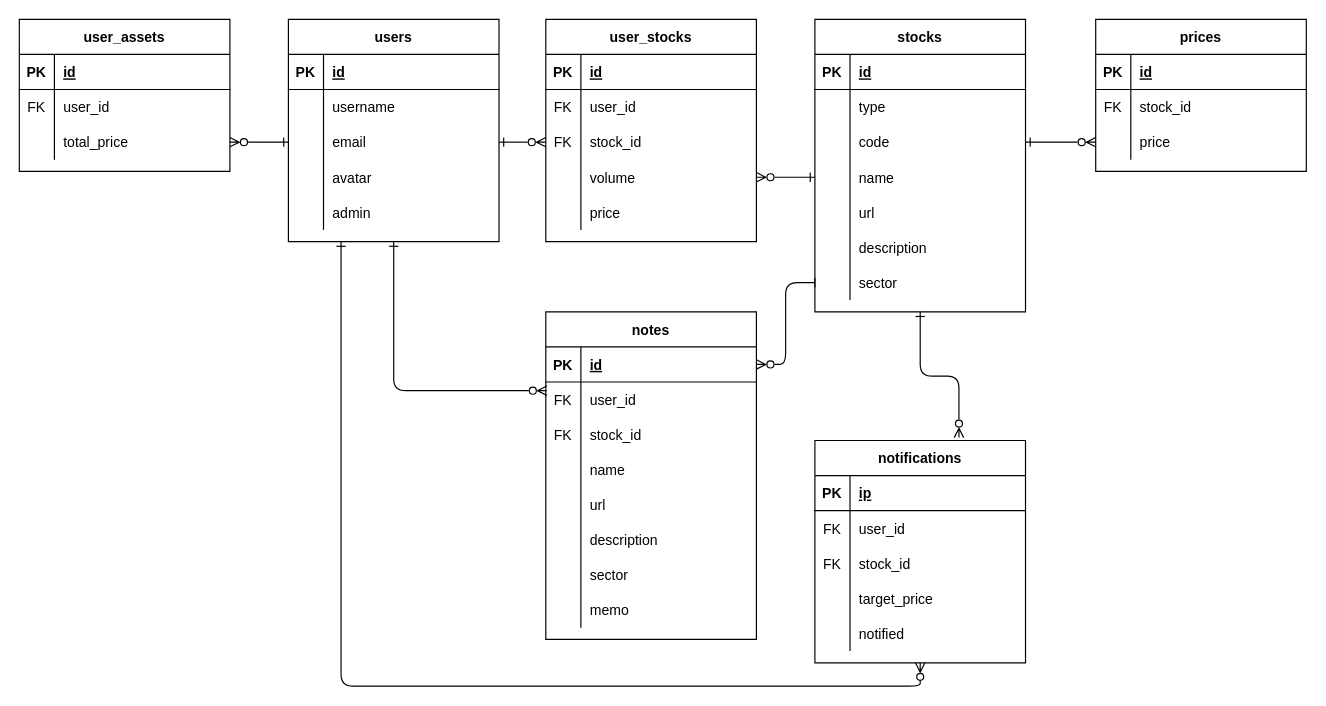
Earlier version of the draw.io diagram ポートフォリオ案/104note.drawio (miya-ichi/TIL). Source tidied: cells renumbered, new cells numbered last; positions are measured from the earlier drawing's top-left corner, leaving out a move shared by most shapes. Both pictures are drawn from the tidied source at 117%, with x=0, y=0 at pixel (19, 19).
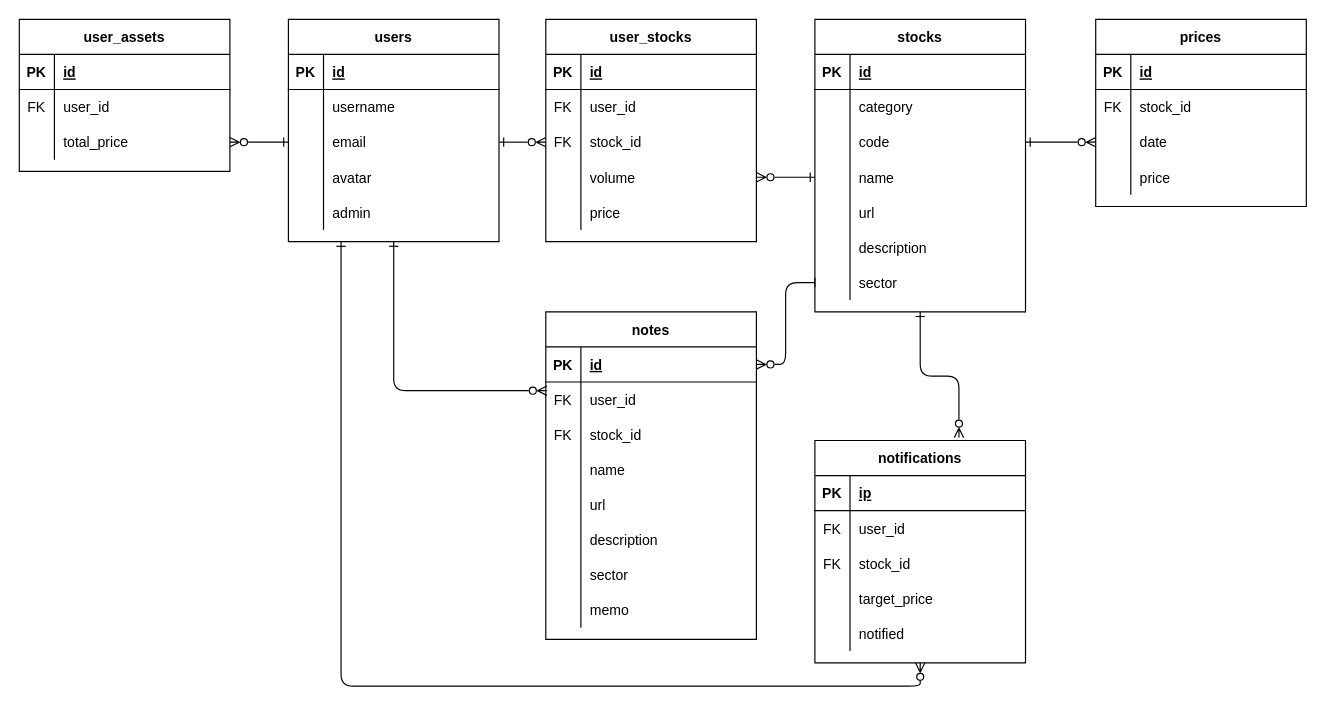
Above is the later version.

Commit message (it also covers changes not shown here):
DB設計修正(日付用のカラムを設けた/typeカラムをcategoryに変更)

The change refers to these unchanged cells:
```xml
<mxCell id="25" style="shape=partialRectangle;fillColor=none;top=0;left=0;bottom=0;right=0;fontSize=12;" parent="21" vertex="1">
  <mxGeometry y="60" width="180" height="30" as="geometry" />
</mxCell>
<mxCell id="121" style="shape=partialRectangle;fillColor=none;top=0;left=0;bottom=0;right=0;points=[[0,0.5],[1,0.5]];portConstraint=eastwest;fontSize=12;" parent="114" vertex="1">
  <mxGeometry y="90" width="180" height="30" as="geometry" />
</mxCell>
```

Change to the diagram source:
```diff
@@
-    <mxCell id="27" value="type" style="shape=partialRectangle;fillColor=none;top=0;left=0;bottom=0;right=0;align=left;spacingLeft=6;overflow=hidden;fontSize=12;" parent="25" vertex="1">
+    <mxCell id="27" value="category" style="shape=partialRectangle;fillColor=none;top=0;left=0;bottom=0;right=0;align=left;spacingLeft=6;overflow=hidden;fontSize=12;" parent="25" vertex="1">
       <mxGeometry x="30" width="150" height="30" as="geometry" />
     </mxCell>
@@
     <mxCell id="114" value="prices" style="shape=table;startSize=30;childLayout=tableLayout;rowLines=0;fontStyle=1;align=center;fontSize=12;" parent="1" vertex="1">
-      <mxGeometry x="920" width="180" height="130" as="geometry" />
+      <mxGeometry x="920" width="180" height="160" as="geometry" />
     </mxCell>
@@
-    <mxCell id="123" value="price" style="shape=partialRectangle;fillColor=none;top=0;left=0;bottom=0;right=0;align=left;spacingLeft=6;overflow=hidden;fontSize=12;" parent="121" vertex="1">
+    <mxCell id="123" value="date" style="shape=partialRectangle;fillColor=none;top=0;left=0;bottom=0;right=0;align=left;spacingLeft=6;overflow=hidden;fontSize=12;" parent="121" vertex="1">
       <mxGeometry x="30" width="150" height="30" as="geometry" />
     </mxCell>
+    <mxCell id="125" style="shape=partialRectangle;fillColor=none;top=0;left=0;bottom=0;right=0;fontSize=12;" parent="114" vertex="1">
+      <mxGeometry y="120" width="180" height="30" as="geometry" />
+    </mxCell>
+    <mxCell id="126" style="shape=partialRectangle;fillColor=none;top=0;left=0;bottom=0;right=0;overflow=hidden;fontSize=12;" parent="125" vertex="1">
+      <mxGeometry width="30" height="30" as="geometry" />
+    </mxCell>
+    <mxCell id="127" value="price" style="shape=partialRectangle;fillColor=none;top=0;left=0;bottom=0;right=0;align=left;spacingLeft=6;overflow=hidden;fontSize=12;" parent="125" vertex="1">
+      <mxGeometry x="30" width="150" height="30" as="geometry" />
+    </mxCell>
```
